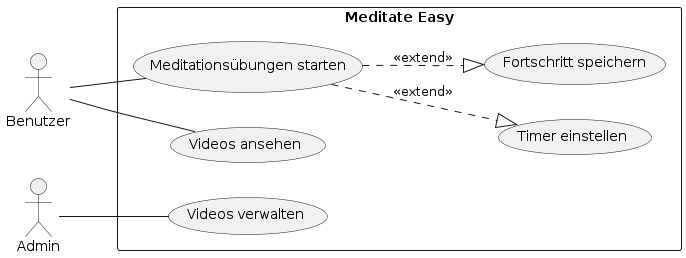
The PlantUML diagram slides/images/meditateeasy-ucd.png in 2425-3ahif-syp/02-projekte-meditate-easy, before a commit. Source of this version:
```plantuml
@startuml
left to right direction
actor Benutzer
actor Admin

rectangle "Meditate Easy" {
    usecase "Meditationsübungen starten" as UC1
    usecase "Timer einstellen" as UC2
    usecase "Fortschritt speichern" as UC3
    usecase "Videos ansehen" as UC4
    usecase "Videos verwalten" as UC5
}

Benutzer -- UC1
UC1 ..|> UC2 : <<extend>>
UC1 ..|> UC3 : <<extend>>
Benutzer -- UC4
Admin -- UC5

@enduml
```
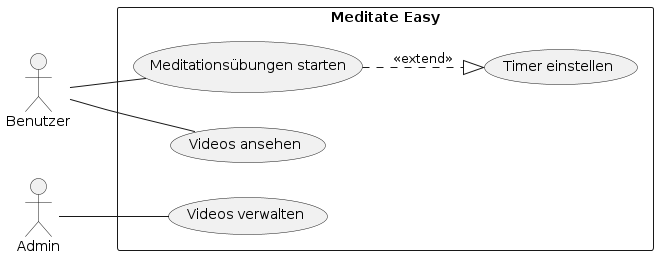
Above is the later version.

The edit, as a diff of the source:
```diff
@@ -6,14 +6,12 @@
 rectangle "Meditate Easy" {
     usecase "Meditationsübungen starten" as UC1
     usecase "Timer einstellen" as UC2
-    usecase "Fortschritt speichern" as UC3
     usecase "Videos ansehen" as UC4
     usecase "Videos verwalten" as UC5
 }
 
 Benutzer -- UC1
 UC1 ..|> UC2 : <<extend>>
-UC1 ..|> UC3 : <<extend>>
 Benutzer -- UC4
 Admin -- UC5
 
```
